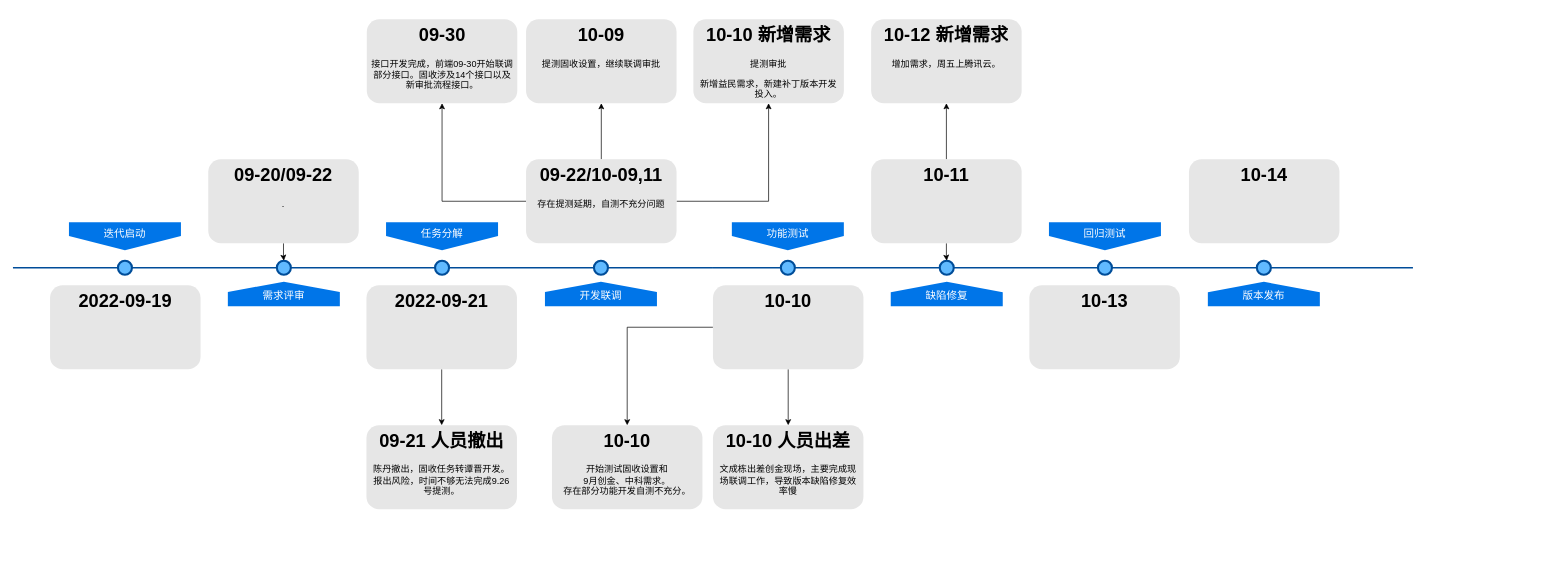
The draw.io diagram 未命名绘图.drawio in warmsheep/my-example, before the edit. Source tidied: cells renumbered, new cells numbered last; positions are measured from the earlier drawing's top-left corner, leaving out a move shared by most shapes. Both pictures are drawn from the tidied source at 70%, with x=0, y=0 at pixel (13, 19).
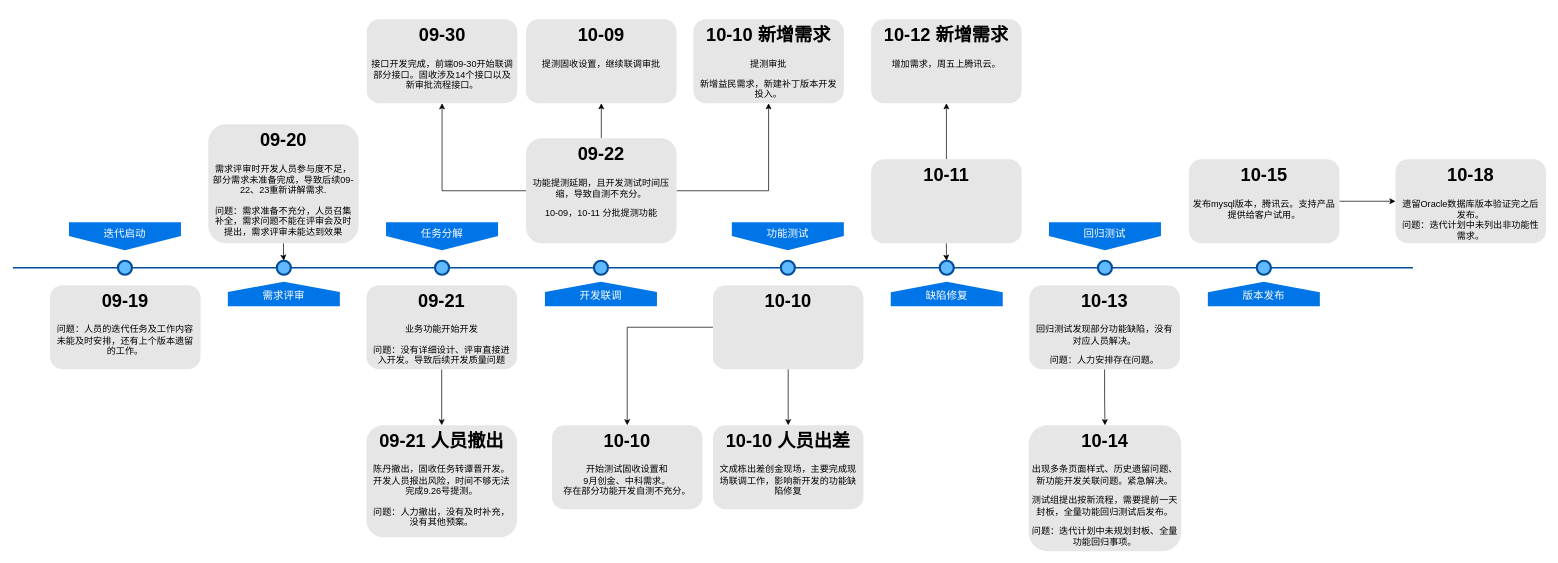
After the change.

Commit message:
更新未命名绘图.drawio

What changed in the source:
```diff
@@
-    <mxCell id="11" value="&lt;h1&gt;2022-09-19&lt;/h1&gt;&lt;p&gt;&lt;br&gt;&lt;/p&gt;" style="text;html=1;spacing=5;spacingTop=-20;whiteSpace=wrap;overflow=hidden;strokeColor=none;strokeWidth=3;fillColor=#E6E6E6;fontSize=13;fontColor=#000000;align=center;rounded=1;" parent="1" vertex="1">
+    <mxCell id="11" value="&lt;h1&gt;09-19&lt;/h1&gt;&lt;p&gt;问题：人员的迭代任务及工作内容未能及时安排，还有上个版本遗留的工作。&lt;/p&gt;" style="text;html=1;spacing=5;spacingTop=-20;whiteSpace=wrap;overflow=hidden;strokeColor=none;strokeWidth=3;fillColor=#E6E6E6;fontSize=13;fontColor=#000000;align=center;rounded=1;" parent="1" vertex="1">
       <mxGeometry x="53" y="380" width="215" height="120" as="geometry" />
     </mxCell>
@@
-    <mxCell id="13" value="&lt;h1&gt;09-20/09-22&lt;/h1&gt;&lt;p&gt;.&lt;/p&gt;" style="text;html=1;spacing=5;spacingTop=-20;whiteSpace=wrap;overflow=hidden;strokeColor=none;strokeWidth=3;fillColor=#E6E6E6;fontSize=13;fontColor=#000000;align=center;rounded=1;" parent="1" vertex="1">
-      <mxGeometry x="279" y="200" width="215" height="120" as="geometry" />
+    <mxCell id="13" value="&lt;h1&gt;09-20&lt;/h1&gt;&lt;p&gt;需求评审时开发人员参与度不足，部分需求未准备完成，导致后续09-22、23重新讲解需求.&lt;/p&gt;&lt;p&gt;问题：需求准备不充分，人员召集补全，需求问题不能在评审会及时提出，需求评审未能达到效果&lt;/p&gt;" style="text;html=1;spacing=5;spacingTop=-20;whiteSpace=wrap;overflow=hidden;strokeColor=none;strokeWidth=3;fillColor=#E6E6E6;fontSize=13;fontColor=#000000;align=center;rounded=1;" parent="1" vertex="1">
+      <mxGeometry x="279" y="150" width="215" height="170" as="geometry" />
     </mxCell>
@@
-    <mxCell id="15" value="&lt;h1&gt;2022-09-21&lt;/h1&gt;&lt;p&gt;&lt;br&gt;&lt;/p&gt;" style="text;html=1;spacing=5;spacingTop=-20;whiteSpace=wrap;overflow=hidden;strokeColor=none;strokeWidth=3;fillColor=#E6E6E6;fontSize=13;fontColor=#000000;align=center;rounded=1;" parent="1" vertex="1">
+    <mxCell id="15" value="&lt;h1&gt;09-21&lt;/h1&gt;&lt;p&gt;业务功能开始开发&lt;/p&gt;&lt;p&gt;问题：没有详细设计、评审直接进入开发。导致后续开发质量问题&lt;/p&gt;" style="text;html=1;spacing=5;spacingTop=-20;whiteSpace=wrap;overflow=hidden;strokeColor=none;strokeWidth=3;fillColor=#E6E6E6;fontSize=13;fontColor=#000000;align=center;rounded=1;" parent="1" vertex="1">
       <mxGeometry x="505" y="380" width="215" height="120" as="geometry" />
     </mxCell>
@@
-    <mxCell id="19" value="&lt;h1&gt;09-22/10-09,11&lt;/h1&gt;&lt;p&gt;存在提测延期，自测不充分问题&lt;/p&gt;" style="text;html=1;spacing=5;spacingTop=-20;whiteSpace=wrap;overflow=hidden;strokeColor=none;strokeWidth=3;fillColor=#E6E6E6;fontSize=13;fontColor=#000000;align=center;rounded=1;" parent="1" vertex="1">
-      <mxGeometry x="733" y="200" width="215" height="120" as="geometry" />
+    <mxCell id="19" value="&lt;h1&gt;09-22&lt;/h1&gt;&lt;p&gt;功能提测延期，且开发测试时间压缩，导致自测不充分。&lt;/p&gt;&lt;p&gt;10-09，10-11 分批提测功能&lt;/p&gt;" style="text;html=1;spacing=5;spacingTop=-20;whiteSpace=wrap;overflow=hidden;strokeColor=none;strokeWidth=3;fillColor=#E6E6E6;fontSize=13;fontColor=#000000;align=center;rounded=1;" parent="1" vertex="1">
+      <mxGeometry x="733" y="170" width="215" height="150" as="geometry" />
     </mxCell>
@@
+    <mxCell id="44" style="edgeStyle=orthogonalEdgeStyle;rounded=0;jettySize=auto;html=1;" parent="1" edge="1" source="35" target="46">
+      <mxGeometry relative="1" as="geometry" />
+    </mxCell>
-    <mxCell id="35" value="&lt;h1&gt;10-13&lt;/h1&gt;&lt;p&gt;&lt;br&gt;&lt;/p&gt;" style="text;html=1;spacing=5;spacingTop=-20;whiteSpace=wrap;overflow=hidden;strokeColor=none;strokeWidth=3;fillColor=#E6E6E6;fontSize=13;fontColor=#000000;align=center;rounded=1;" parent="1" vertex="1">
+    <mxCell id="35" value="&lt;h1&gt;10-13&lt;/h1&gt;&lt;p&gt;回归测试发现部分功能缺陷，没有对应人员解决。&lt;/p&gt;&lt;p&gt;问题：人力安排存在问题。&lt;/p&gt;" style="text;html=1;spacing=5;spacingTop=-20;whiteSpace=wrap;overflow=hidden;strokeColor=none;strokeWidth=3;fillColor=#E6E6E6;fontSize=13;fontColor=#000000;align=center;rounded=1;" parent="1" vertex="1">
       <mxGeometry x="1452" y="380" width="215" height="120" as="geometry" />
     </mxCell>
+    <mxCell id="45" style="edgeStyle=orthogonalEdgeStyle;rounded=0;jettySize=auto;html=1;" parent="1" edge="1" source="36" target="47">
+      <mxGeometry relative="1" as="geometry" />
+    </mxCell>
-    <mxCell id="36" value="&lt;h1&gt;10-14&lt;/h1&gt;&lt;p&gt;&lt;br&gt;&lt;/p&gt;" style="text;html=1;spacing=5;spacingTop=-20;whiteSpace=wrap;overflow=hidden;strokeColor=none;strokeWidth=3;fillColor=#E6E6E6;fontSize=13;fontColor=#000000;align=center;rounded=1;" parent="1" vertex="1">
+    <mxCell id="36" value="&lt;h1&gt;10-15&lt;/h1&gt;&lt;p&gt;发布mysql版本，腾讯云。支持产品提供给客户试用。&lt;/p&gt;" style="text;html=1;spacing=5;spacingTop=-20;whiteSpace=wrap;overflow=hidden;strokeColor=none;strokeWidth=3;fillColor=#E6E6E6;fontSize=13;fontColor=#000000;align=center;rounded=1;" parent="1" vertex="1">
       <mxGeometry x="1680" y="200" width="215" height="120" as="geometry" />
     </mxCell>
-    <mxCell id="37" value="&lt;h1&gt;09-21 人员撤出&lt;/h1&gt;&lt;p&gt;陈丹撤出，固收任务转谭晋开发。&lt;span style=&quot;background-color: initial;&quot;&gt;报出风险，时间不够无法完成9.26号提测。&lt;/span&gt;&lt;/p&gt;" style="text;html=1;spacing=5;spacingTop=-20;whiteSpace=wrap;overflow=hidden;strokeColor=none;strokeWidth=3;fillColor=#E6E6E6;fontSize=13;fontColor=#000000;align=center;rounded=1;" parent="1" vertex="1">
-      <mxGeometry x="505" y="580" width="215" height="120" as="geometry" />
+    <mxCell id="37" value="&lt;h1&gt;09-21 人员撤出&lt;/h1&gt;&lt;p&gt;陈丹撤出，固收任务转谭晋开发。开发人员&lt;span style=&quot;background-color: initial;&quot;&gt;报出风险，时间不够无法完成9.26号提测。&lt;/span&gt;&lt;/p&gt;&lt;p&gt;&lt;span style=&quot;background-color: initial;&quot;&gt;问题：人力撤出，没有及时补充，没有其他预案。&lt;/span&gt;&lt;/p&gt;" style="text;html=1;spacing=5;spacingTop=-20;whiteSpace=wrap;overflow=hidden;strokeColor=none;strokeWidth=3;fillColor=#E6E6E6;fontSize=13;fontColor=#000000;align=center;rounded=1;" parent="1" vertex="1">
+      <mxGeometry x="505" y="580" width="215" height="160" as="geometry" />
     </mxCell>
@@
-    <mxCell id="39" value="&lt;h1&gt;10-10 人员出差&lt;/h1&gt;&lt;p&gt;文成栋出差创金现场，主要完成现场联调工作，导致版本缺陷修复效率慢&lt;/p&gt;" style="text;html=1;spacing=5;spacingTop=-20;whiteSpace=wrap;overflow=hidden;strokeColor=none;strokeWidth=3;fillColor=#E6E6E6;fontSize=13;fontColor=#000000;align=center;rounded=1;" parent="1" vertex="1">
+    <mxCell id="39" value="&lt;h1&gt;10-10 人员出差&lt;/h1&gt;&lt;p&gt;文成栋出差创金现场，主要完成现场联调工作，影响新开发的功能缺陷修复&lt;/p&gt;" style="text;html=1;spacing=5;spacingTop=-20;whiteSpace=wrap;overflow=hidden;strokeColor=none;strokeWidth=3;fillColor=#E6E6E6;fontSize=13;fontColor=#000000;align=center;rounded=1;" parent="1" vertex="1">
       <mxGeometry x="1000" y="580" width="215" height="120" as="geometry" />
     </mxCell>
@@
+    <mxCell id="46" value="&lt;h1&gt;10-14&lt;/h1&gt;&lt;p&gt;出现多条页面样式、历史遗留问题、新功能开发关联问题。紧急解决。&lt;/p&gt;&lt;p&gt;测试组提出按新流程，需要提前一天封板，全量功能回归测试后发布。&lt;/p&gt;&lt;p&gt;问题：迭代计划中未规划封板、全量功能回归事项。&lt;/p&gt;" style="text;html=1;spacing=5;spacingTop=-20;whiteSpace=wrap;overflow=hidden;strokeColor=none;strokeWidth=3;fillColor=#E6E6E6;fontSize=13;fontColor=#000000;align=center;rounded=1;" parent="1" vertex="1">
+      <mxGeometry x="1451" y="580" width="218" height="180" as="geometry" />
+    </mxCell>
+    <mxCell id="47" value="&lt;h1&gt;10-18&lt;/h1&gt;遗留Oracle数据库版本验证完之后发布。&lt;br&gt;问题：迭代计划中未列出非功能性需求。" style="text;html=1;spacing=5;spacingTop=-20;whiteSpace=wrap;overflow=hidden;strokeColor=none;strokeWidth=3;fillColor=#E6E6E6;fontSize=13;fontColor=#000000;align=center;rounded=1;" parent="1" vertex="1">
+      <mxGeometry x="1975" y="200" width="215" height="120" as="geometry" />
+    </mxCell>
```
